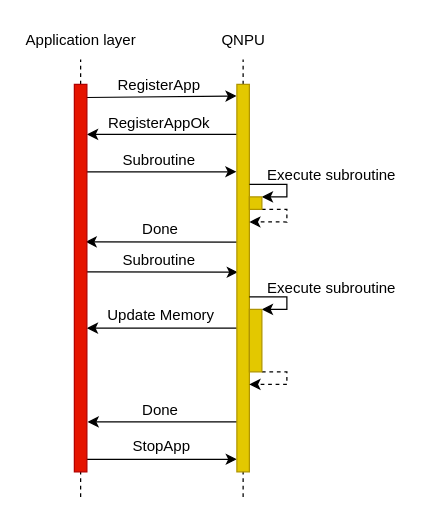
Before: figures/netqasm/message-flow.drawio in bvdvecht/phd-thesis, a draw.io diagram. Source tidied: cells renumbered, new cells numbered last; positions are measured from the earlier drawing's top-left corner, leaving out a move shared by most shapes. Both pictures are drawn from the tidied source at 125%, with x=0, y=0 at pixel (21, 21).
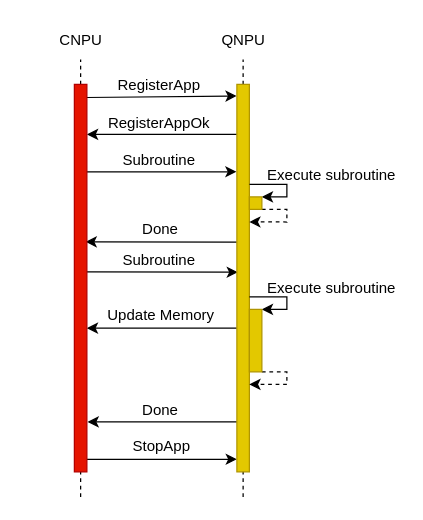
Above is the later version.

Change to the diagram source:
```diff
@@
-    <mxCell id="30" value="Application layer" style="text;html=1;align=center;verticalAlign=middle;whiteSpace=wrap;rounded=0;" parent="1" vertex="1">
+    <mxCell id="30" value="CNPU" style="text;html=1;align=center;verticalAlign=middle;whiteSpace=wrap;rounded=0;" parent="1" vertex="1">
       <mxGeometry x="-0.5" width="95" height="30" as="geometry" />
     </mxCell>
```
